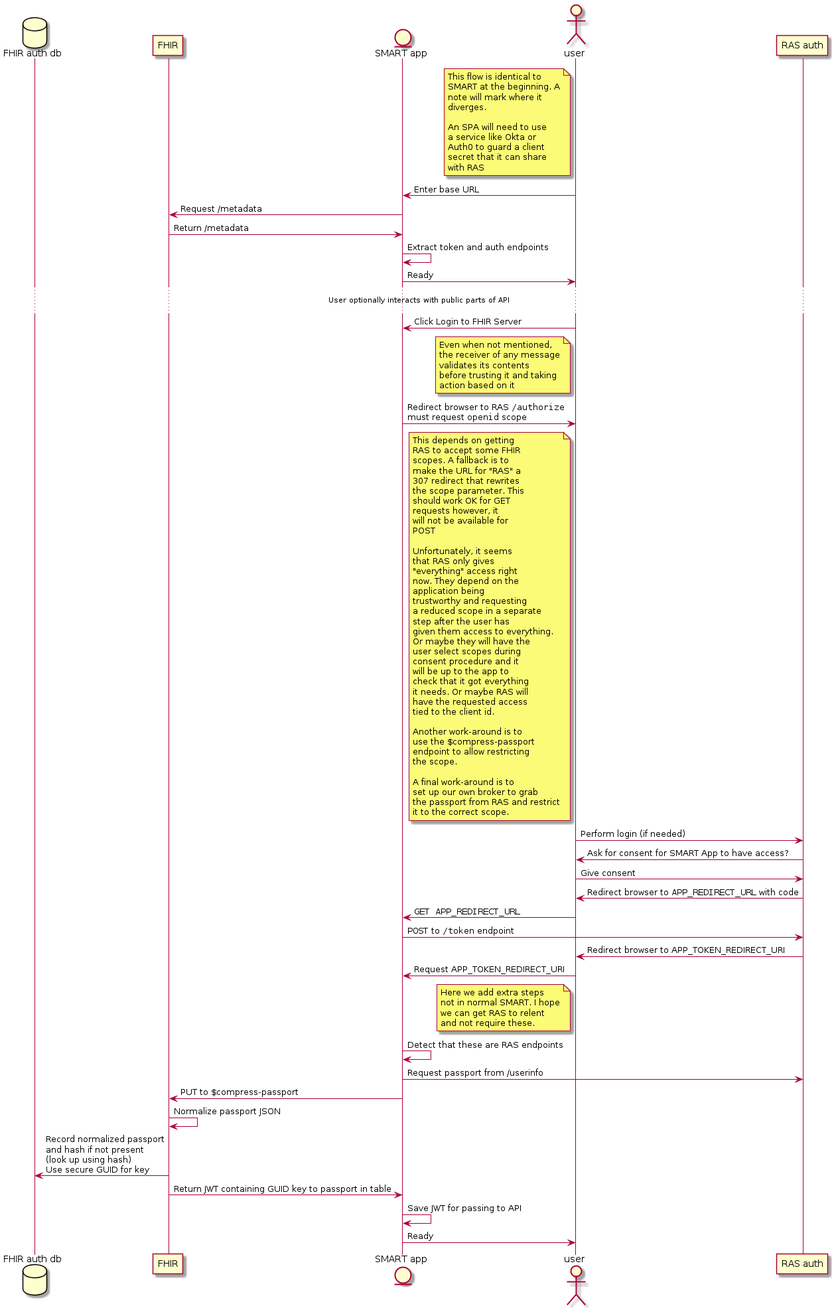
The PlantUML diagram imgs/authentication_flow.png in RadixSeven/RAS-FHIR-Flow, before a commit. Its diagram source:
```plantuml
@startuml "authentication_flow"
database "FHIR auth db" as FhirDb
participant "FHIR" as Fhir
entity "SMART app" as App
actor user as User
participant "RAS auth" as Ras

note left of User
This flow is identical to
SMART at the beginning. A
note will mark where it
diverges.

An SPA will need to use
a service like Okta or
Auth0 to guard a client
secret that it can share
with RAS
end note

User -> App : Enter base URL
App -> Fhir : Request /metadata
Fhir -> App : Return /metadata
App -> App : Extract token and auth endpoints
App -> User : Ready
... User optionally interacts with public parts of API ...
User -> App : Click Login to FHIR Server

note left of User
Even when not mentioned,
the receiver of any message
validates its contents
before trusting it and taking
action based on it
end note

App -> User : Redirect browser to RAS ""/authorize""\nmust request ""openid"" scope
note left of User
This depends on getting
RAS to accept some FHIR
scopes. A fallback is to
make the URL for "RAS" a
307 redirect that rewrites
the scope parameter. This
should work OK for GET
requests however, it
will not be available for
POST

Unfortunately, it seems
that RAS only gives
"everything" access right
now. They depend on the
application being
trustworthy and requesting
a reduced scope in a separate
step after the user has
given them access to everything.
Or maybe they will have the
user select scopes during
consent procedure and it
will be up to the app to
check that it got everything
it needs. Or maybe RAS will
have the requested access
tied to the client id.

Another work-around is to
use the $compress-passport
endpoint to allow restricting
the scope.

A final work-around is to
set up our own broker to grab
the passport from RAS and restrict
it to the correct scope.
end note
User -> Ras : Perform login (if needed)
Ras -> User: Ask for consent for SMART App to have access?
User -> Ras : Give consent
Ras -> User : Redirect browser to ""APP_REDIRECT_URL"" with code
User -> App : ""GET APP_REDIRECT_URL""
App -> Ras : ""POST"" to ""/token"" endpoint
Ras -> User : Redirect browser to APP_TOKEN_REDIRECT_URI
User -> App: Request APP_TOKEN_REDIRECT_URI

note left of User
Here we add extra steps
not in normal SMART. I hope
we can get RAS to relent
and not require these.
end note

App -> App : Detect that these are RAS endpoints
App -> Ras : Request passport from /userinfo
App -> Fhir : PUT to $compress-passport
Fhir -> Fhir : Normalize passport JSON
Fhir-> FhirDb: Record normalized passport\nand hash if not present\n(look up using hash)\nUse secure GUID for key
Fhir-> App : Return JWT containing GUID key to passport in table
App -> App: Save JWT for passing to API
App -> User: Ready

@enduml
```
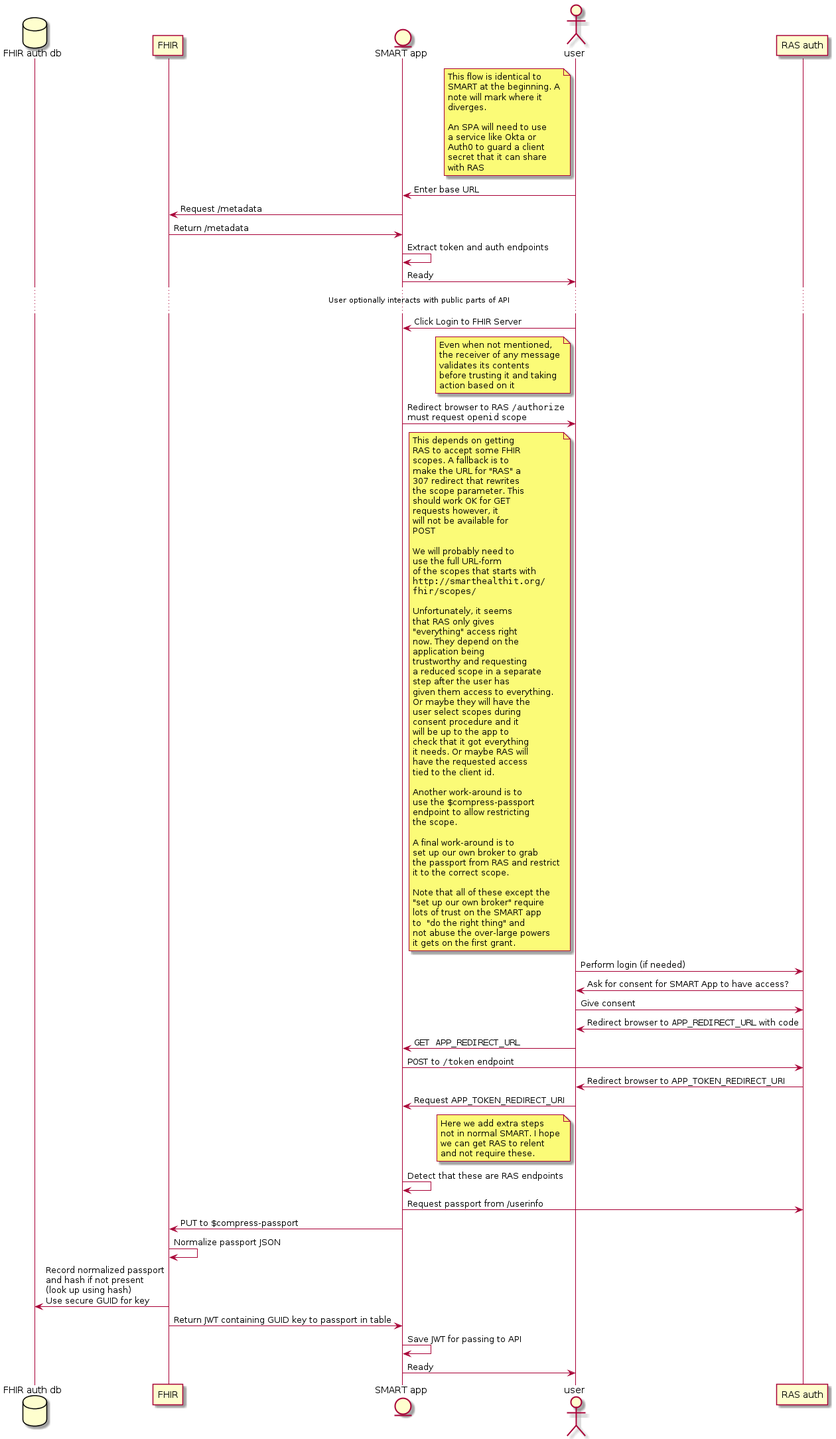
After the commit.

The edit, as a diff of the source:
```diff
@@ -47,6 +47,12 @@
 will not be available for
 POST
 
+We will probably need to
+use the full URL-form
+of the scopes that starts with
+""http://smarthealthit.org/""
+""fhir/scopes/""
+
 Unfortunately, it seems
 that RAS only gives
 "everything" access right
@@ -74,6 +80,13 @@
 set up our own broker to grab
 the passport from RAS and restrict
 it to the correct scope.
+
+Note that all of these except the
+"set up our own broker" require
+lots of trust on the SMART app
+to  "do the right thing" and
+not abuse the over-large powers
+it gets on the first grant.
 end note
 User -> Ras : Perform login (if needed)
 Ras -> User: Ask for consent for SMART App to have access?
```
